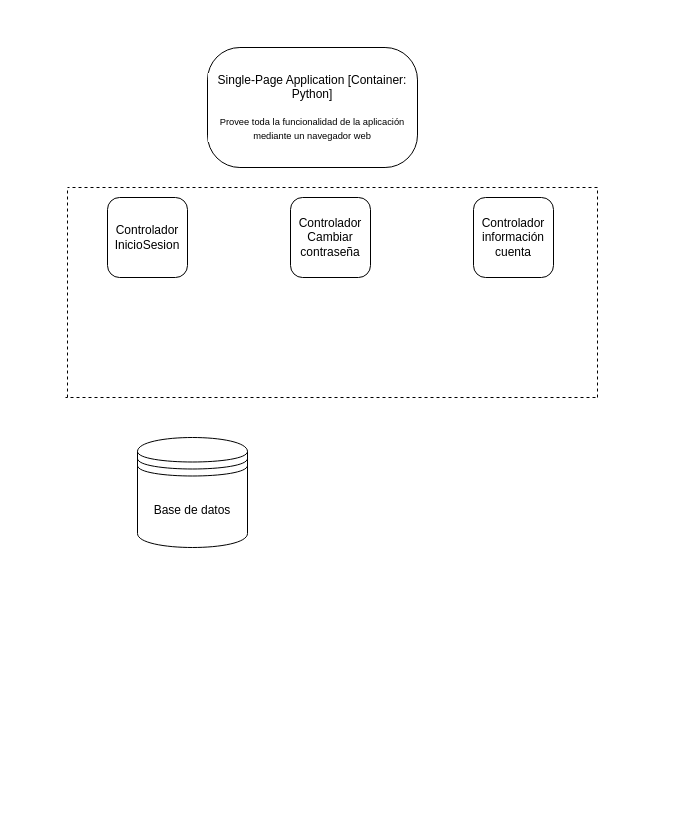
The draw.io diagram docs/c4models/diagrama_componentes.drawio.xml in DaniCallado95/GSI-Proyecto, before the edit. Source tidied: cells renumbered, new cells numbered last; positions are measured from the earlier drawing's top-left corner, leaving out a move shared by most shapes. Both pictures are drawn from the tidied source at 100%, with x=0, y=0 at pixel (65, 47).
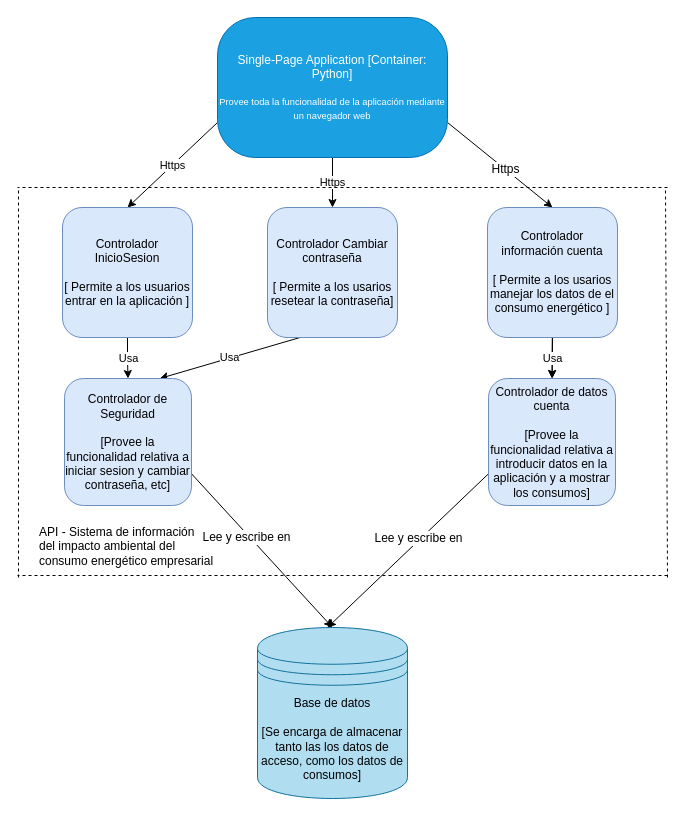
The same diagram, later.

Commit message (it also covers changes not shown here):
Añadido diagrama de componentes (revisar)

Diff of the diagram source:
```diff
@@
+    <mxCell id="11" value="&lt;div&gt;Https&lt;/div&gt;" style="edgeStyle=none;rounded=0;jettySize=auto;html=1;exitX=0;exitY=0.75;exitDx=0;exitDy=0;entryX=0.5;entryY=0;entryDx=0;entryDy=0;" parent="1" edge="1" source="2" target="4">
+      <mxGeometry relative="1" as="geometry" />
+    </mxCell>
+    <mxCell id="12" value="&lt;div&gt;Https&lt;/div&gt;" style="edgeStyle=none;rounded=0;jettySize=auto;html=1;exitX=0.5;exitY=1;exitDx=0;exitDy=0;entryX=0.5;entryY=0;entryDx=0;entryDy=0;" parent="1" edge="1" source="2" target="5">
+      <mxGeometry relative="1" as="geometry" />
+    </mxCell>
+    <mxCell id="13" style="edgeStyle=none;rounded=0;jettySize=auto;html=1;exitX=1;exitY=0.75;exitDx=0;exitDy=0;entryX=0.5;entryY=0;entryDx=0;entryDy=0;" parent="1" edge="1" source="2" target="6">
+      <mxGeometry relative="1" as="geometry" />
+    </mxCell>
+    <mxCell id="14" value="&lt;div&gt;Https&lt;/div&gt;" style="text;html=1;align=center;verticalAlign=middle;labelBackgroundColor=#ffffff;" parent="13" vertex="1">
+      <mxGeometry x="-0.46" y="2" relative="1" as="geometry">
+        <mxPoint x="28" y="25" as="offset" />
+      </mxGeometry>
+    </mxCell>
-    <mxCell id="2" value="&lt;div class=&quot;page&quot; title=&quot;Page 1&quot;&gt;&lt;div class=&quot;section&quot; style=&quot;background-color: rgb(255 , 255 , 255)&quot;&gt;&lt;div class=&quot;layoutArea&quot;&gt;&lt;div class=&quot;column&quot;&gt;&lt;p&gt;&lt;span style=&quot;font-size: 9pt ; font-family: &amp;#34;helvetica&amp;#34;&quot;&gt;Single-Page Application [Container: Python]&lt;/span&gt;&lt;/p&gt;&lt;p&gt;&lt;span style=&quot;font-size: 7pt ; font-family: &amp;#34;helvetica&amp;#34;&quot;&gt;Provee toda la funcionalidad de la aplicación mediante un navegador web&lt;/span&gt;&lt;/p&gt;&lt;/div&gt;&lt;/div&gt;&lt;/div&gt;&lt;/div&gt;" style="rounded=1;whiteSpace=wrap;html=1;arcSize=27;" parent="1" vertex="1">
-      <mxGeometry x="142" width="210" height="120" as="geometry" />
+    <mxCell id="2" value="&lt;div class=&quot;page&quot; title=&quot;Page 1&quot;&gt;&lt;div class=&quot;section&quot; style=&quot;&quot;&gt;&lt;div class=&quot;layoutArea&quot;&gt;&lt;div class=&quot;column&quot;&gt;&lt;p&gt;&lt;span style=&quot;font-size: 9pt ; font-family: &amp;quot;helvetica&amp;quot;&quot;&gt;Single-Page Application [Container: Python]&lt;/span&gt;&lt;/p&gt;&lt;p&gt;&lt;span style=&quot;font-size: 7pt ; font-family: &amp;quot;helvetica&amp;quot;&quot;&gt;Provee toda la funcionalidad de la aplicación mediante un navegador web&lt;/span&gt;&lt;/p&gt;&lt;/div&gt;&lt;/div&gt;&lt;/div&gt;&lt;/div&gt;" style="rounded=1;whiteSpace=wrap;html=1;arcSize=27;fillColor=#1ba1e2;strokeColor=#006EAF;labelBackgroundColor=none;fontColor=#ffffff;" parent="1" vertex="1">
+      <mxGeometry x="152" y="-30" width="230" height="140" as="geometry" />
     </mxCell>
-    <mxCell id="3" value="Base de datos" style="shape=datastore;whiteSpace=wrap;html=1;rounded=1;" parent="1" vertex="1">
-      <mxGeometry x="72" y="390" width="110" height="110" as="geometry" />
+    <mxCell id="3" value="&lt;div&gt;Base de datos&lt;/div&gt;&lt;div&gt;&lt;br&gt;&lt;/div&gt;&lt;div&gt;[Se encarga de almacenar tanto las los datos de acceso, como los datos de consumos]&lt;br&gt;&lt;/div&gt;" style="shape=datastore;whiteSpace=wrap;html=1;rounded=1;fillColor=#b1ddf0;strokeColor=#10739e;" parent="1" vertex="1">
+      <mxGeometry x="192" y="580" width="150" height="171" as="geometry" />
     </mxCell>
+    <mxCell id="15" value="Usa" style="edgeStyle=orthogonalEdgeStyle;rounded=0;jettySize=auto;html=1;exitX=0.5;exitY=1;exitDx=0;exitDy=0;" parent="1" edge="1" source="4" target="21">
+      <mxGeometry relative="1" as="geometry" />
+    </mxCell>
-    <mxCell id="4" value="Controlador InicioSesion" style="whiteSpace=wrap;html=1;rounded=1;" parent="1" vertex="1">
-      <mxGeometry x="42" y="150" width="80" height="80" as="geometry" />
+    <mxCell id="4" value="&lt;div&gt;Controlador InicioSesion&lt;/div&gt;&lt;div&gt;&lt;br&gt;&lt;/div&gt;&lt;div&gt;[ Permite a los usuarios entrar en la aplicación ]&lt;br&gt;&lt;/div&gt;" style="whiteSpace=wrap;html=1;rounded=1;fillColor=#dae8fc;strokeColor=#6c8ebf;" parent="1" vertex="1">
+      <mxGeometry x="-3" y="160" width="130" height="130" as="geometry" />
     </mxCell>
+    <mxCell id="16" value="&lt;div&gt;Usa&lt;/div&gt;" style="rounded=0;jettySize=auto;html=1;exitX=0.25;exitY=1;exitDx=0;exitDy=0;entryX=0.75;entryY=0;entryDx=0;entryDy=0;" parent="1" edge="1" source="5" target="21">
+      <mxGeometry relative="1" as="geometry" />
+    </mxCell>
-    <mxCell id="5" value="Controlador Cambiar contraseña" style="whiteSpace=wrap;html=1;rounded=1;" parent="1" vertex="1">
-      <mxGeometry x="225" y="150" width="80" height="80" as="geometry" />
+    <mxCell id="5" value="&lt;div&gt;Controlador Cambiar contraseña&lt;/div&gt;&lt;div&gt;&lt;br&gt;&lt;/div&gt;&lt;div&gt;[ Permite a los usarios resetear la contraseña]&lt;br&gt;&lt;/div&gt;" style="whiteSpace=wrap;html=1;rounded=1;fillColor=#dae8fc;strokeColor=#6c8ebf;" parent="1" vertex="1">
+      <mxGeometry x="202" y="160" width="130" height="130" as="geometry" />
     </mxCell>
+    <mxCell id="17" style="edgeStyle=none;rounded=0;jettySize=auto;html=1;exitX=0.5;exitY=1;exitDx=0;exitDy=0;entryX=0.5;entryY=0;entryDx=0;entryDy=0;" parent="1" edge="1" source="6" target="24">
+      <mxGeometry relative="1" as="geometry" />
+    </mxCell>
+    <mxCell id="18" value="Usa" style="edgeStyle=none;rounded=0;jettySize=auto;html=1;" parent="1" edge="1" source="6" target="24">
+      <mxGeometry relative="1" as="geometry" />
+    </mxCell>
-    <mxCell id="6" value="Controlador información cuenta" style="whiteSpace=wrap;html=1;rounded=1;" parent="1" vertex="1">
-      <mxGeometry x="408" y="150" width="80" height="80" as="geometry" />
+    <mxCell id="6" value="&lt;div&gt;Controlador información cuenta&lt;/div&gt;&lt;div&gt;&lt;br&gt;&lt;/div&gt;&lt;div&gt;[ Permite a los usarios manejar los datos de el consumo energético ]&lt;br&gt;&lt;/div&gt;" style="whiteSpace=wrap;html=1;rounded=1;fillColor=#dae8fc;strokeColor=#6c8ebf;" parent="1" vertex="1">
+      <mxGeometry x="422" y="160" width="130" height="130" as="geometry" />
     </mxCell>
     <mxCell id="7" style="endArrow=none;dashed=1;html=1;" parent="1" edge="1">
       <mxGeometry relative="1" as="geometry">
-        <mxPoint x="2" y="350" as="sourcePoint" />
-        <mxPoint x="2" y="140" as="targetPoint" />
+        <mxPoint x="-47" y="530" as="sourcePoint" />
+        <mxPoint x="-47" y="140" as="targetPoint" />
       </mxGeometry>
     </mxCell>
     <mxCell id="8" style="endArrow=none;dashed=1;html=1;" parent="1" edge="1">
       <mxGeometry relative="1" as="geometry">
-        <mxPoint x="532" y="140" as="sourcePoint" />
-        <mxPoint x="2" y="140" as="targetPoint" />
+        <mxPoint x="602" y="140" as="sourcePoint" />
+        <mxPoint x="-48" y="140" as="targetPoint" />
       </mxGeometry>
     </mxCell>
     <mxCell id="9" style="endArrow=none;dashed=1;html=1;" parent="1" edge="1">
       <mxGeometry relative="1" as="geometry">
-        <mxPoint x="532" y="350" as="sourcePoint" />
-        <mxPoint x="532" y="140" as="targetPoint" />
+        <mxPoint x="602" y="530" as="sourcePoint" />
+        <mxPoint x="600" y="140" as="targetPoint" />
       </mxGeometry>
     </mxCell>
     <mxCell id="10" style="endArrow=none;dashed=1;html=1;" parent="1" edge="1">
       <mxGeometry relative="1" as="geometry">
-        <mxPoint x="530" y="350" as="sourcePoint" />
-        <mxPoint y="350" as="targetPoint" />
+        <mxPoint x="602" y="528" as="sourcePoint" />
+        <mxPoint x="-48" y="528" as="targetPoint" />
       </mxGeometry>
     </mxCell>
+    <mxCell id="19" style="edgeStyle=none;rounded=0;jettySize=auto;html=1;exitX=1;exitY=0.75;exitDx=0;exitDy=0;entryX=0.5;entryY=0;entryDx=0;entryDy=0;" parent="1" edge="1" source="21" target="3">
+      <mxGeometry relative="1" as="geometry" />
+    </mxCell>
+    <mxCell id="20" value="Lee y escribe en" style="text;html=1;align=center;verticalAlign=middle;labelBackgroundColor=#ffffff;" parent="19" vertex="1">
+      <mxGeometry x="-0.19" y="-3" relative="1" as="geometry">
+        <mxPoint y="-1" as="offset" />
+      </mxGeometry>
+    </mxCell>
+    <mxCell id="21" value="&lt;div&gt;Controlador de Seguridad&lt;/div&gt;&lt;div&gt;&lt;br&gt;&lt;/div&gt;&lt;div&gt;[Provee la funcionalidad relativa a iniciar sesion y cambiar contraseña, etc]&lt;/div&gt;" style="whiteSpace=wrap;html=1;rounded=1;fillColor=#dae8fc;strokeColor=#6c8ebf;" parent="1" vertex="1">
+      <mxGeometry x="-1" y="331" width="127" height="127" as="geometry" />
+    </mxCell>
+    <mxCell id="22" style="edgeStyle=none;rounded=0;jettySize=auto;html=1;exitX=0;exitY=0.75;exitDx=0;exitDy=0;" parent="1" edge="1" source="24">
+      <mxGeometry relative="1" as="geometry">
+        <mxPoint x="262" y="580" as="targetPoint" />
+      </mxGeometry>
+    </mxCell>
+    <mxCell id="23" value="Lee y escribe en" style="text;html=1;align=center;verticalAlign=middle;labelBackgroundColor=#ffffff;" parent="22" vertex="1">
+      <mxGeometry x="-0.13" y="-1" relative="1" as="geometry">
+        <mxPoint y="-2" as="offset" />
+      </mxGeometry>
+    </mxCell>
+    <mxCell id="24" value="&lt;div&gt;Controlador de datos cuenta&lt;br&gt;&lt;/div&gt;&lt;div&gt;&lt;br&gt;&lt;/div&gt;&lt;div&gt;[Provee la funcionalidad relativa a introducir datos en la aplicación y a mostrar los consumos]&lt;/div&gt;" style="whiteSpace=wrap;html=1;rounded=1;fillColor=#dae8fc;strokeColor=#6c8ebf;" parent="1" vertex="1">
+      <mxGeometry x="423" y="331" width="127" height="127" as="geometry" />
+    </mxCell>
+    <mxCell id="25" value="&lt;div&gt;API - Sistema de información&lt;/div&gt;&lt;div&gt;del impacto ambiental del&lt;/div&gt;&lt;div&gt;consumo energético empresarial&lt;/div&gt;" style="text;html=1;align=left;verticalAlign=top;spacingTop=-4;" parent="1" vertex="1">
+      <mxGeometry x="-28" y="475" width="190" height="40" as="geometry" />
+    </mxCell>
```
